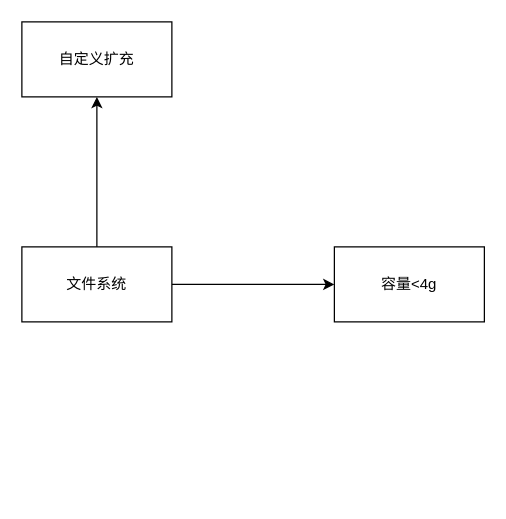
Earlier version of the draw.io diagram 文件系统.drawio (xzp3094997376/DrawIO). Source tidied: cells renumbered, new cells numbered last; positions are measured from the earlier drawing's top-left corner, leaving out a move shared by most shapes. Both pictures are drawn from the tidied source at 125%, with x=0, y=0 at pixel (21, 21).
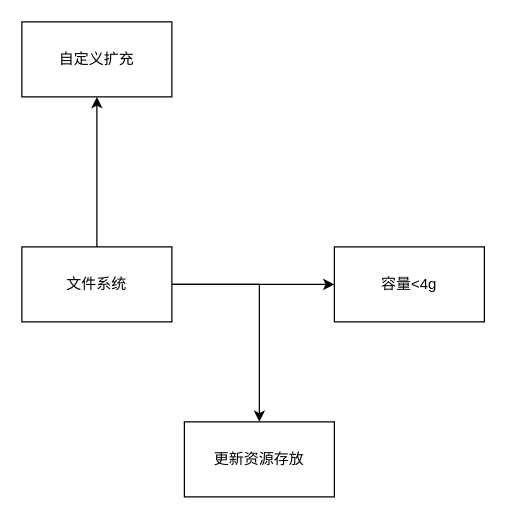
Above is the later version.

Change to the diagram source:
```diff
@@
 <mxGraphModel>
   <root>
     <mxCell id="0" />
     <mxCell id="1" parent="0" />
     <mxCell id="2" style="edgeStyle=orthogonalEdgeStyle;rounded=0;jettySize=auto;html=1;" parent="1" edge="1" source="4" target="5">
       <mxGeometry relative="1" as="geometry" />
     </mxCell>
     <mxCell id="3" style="edgeStyle=orthogonalEdgeStyle;rounded=0;jettySize=auto;html=1;" parent="1" edge="1" source="4" target="6">
       <mxGeometry relative="1" as="geometry" />
     </mxCell>
+    <mxCell id="7" style="edgeStyle=orthogonalEdgeStyle;rounded=0;jettySize=auto;html=1;" parent="1" edge="1" source="4" target="8">
+      <mxGeometry relative="1" as="geometry" />
+    </mxCell>
     <mxCell id="4" value="文件系统" style="whiteSpace=wrap;html=1;" parent="1" vertex="1">
       <mxGeometry y="180" width="120" height="60" as="geometry" />
     </mxCell>
     <mxCell id="5" value="容量&amp;lt;4g" style="whiteSpace=wrap;html=1;" parent="1" vertex="1">
       <mxGeometry x="250" y="180" width="120" height="60" as="geometry" />
     </mxCell>
     <mxCell id="6" value="自定义扩充" style="whiteSpace=wrap;html=1;" parent="1" vertex="1">
       <mxGeometry width="120" height="60" as="geometry" />
     </mxCell>
+    <mxCell id="8" value="更新资源存放" style="whiteSpace=wrap;html=1;" parent="1" vertex="1">
+      <mxGeometry x="130" y="320" width="120" height="60" as="geometry" />
+    </mxCell>
   </root>
 </mxGraphModel>
```
